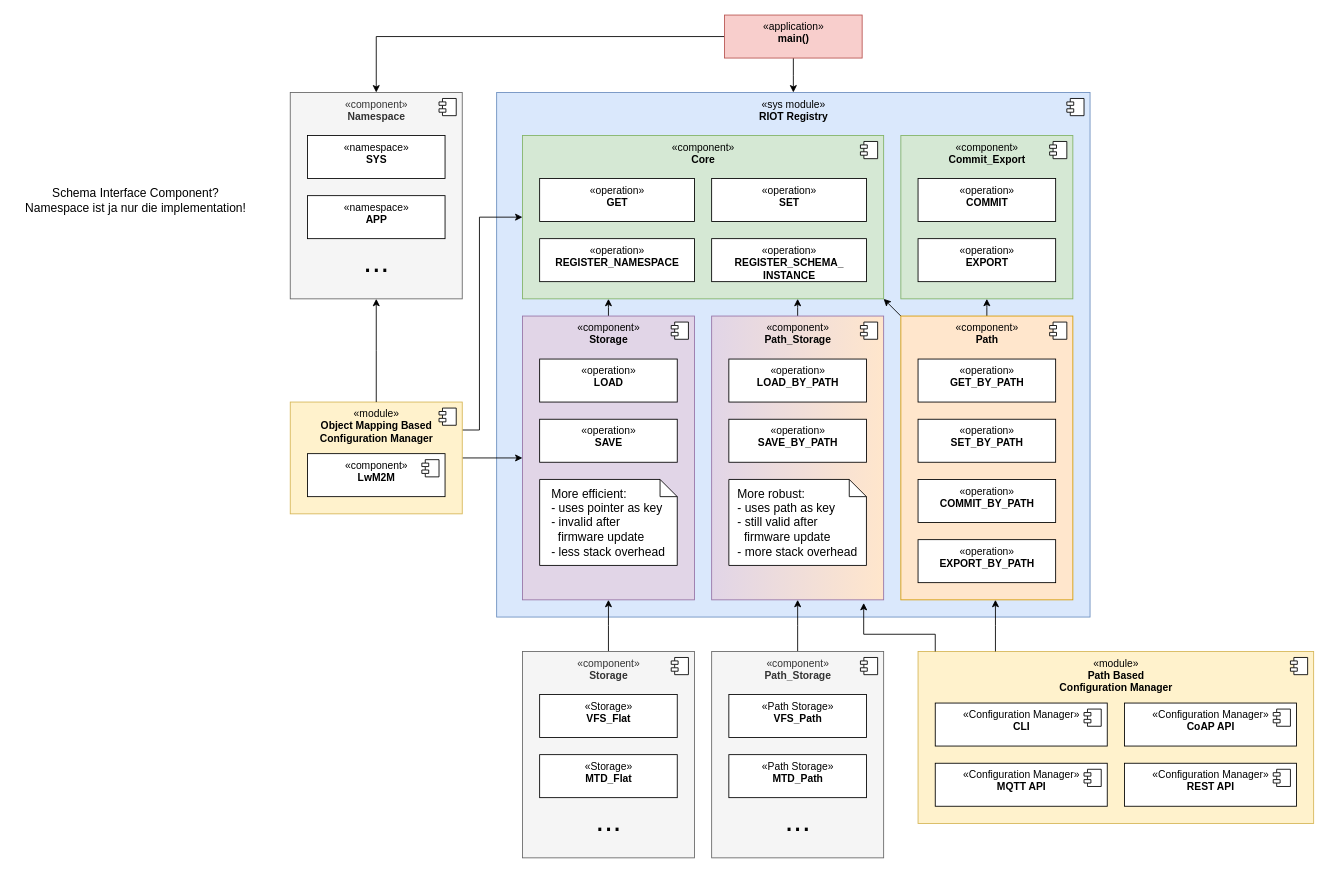
LasseRosenow/RIOT keeps this draw.io diagram as docs/design/registry.drawio. Above is the earlier version. Source tidied: cells renumbered, new cells numbered last; positions are measured from the earlier drawing's top-left corner, leaving out a move shared by most shapes. Both pictures are drawn from the tidied source at 86%, with x=0, y=0 at pixel (15, 15).
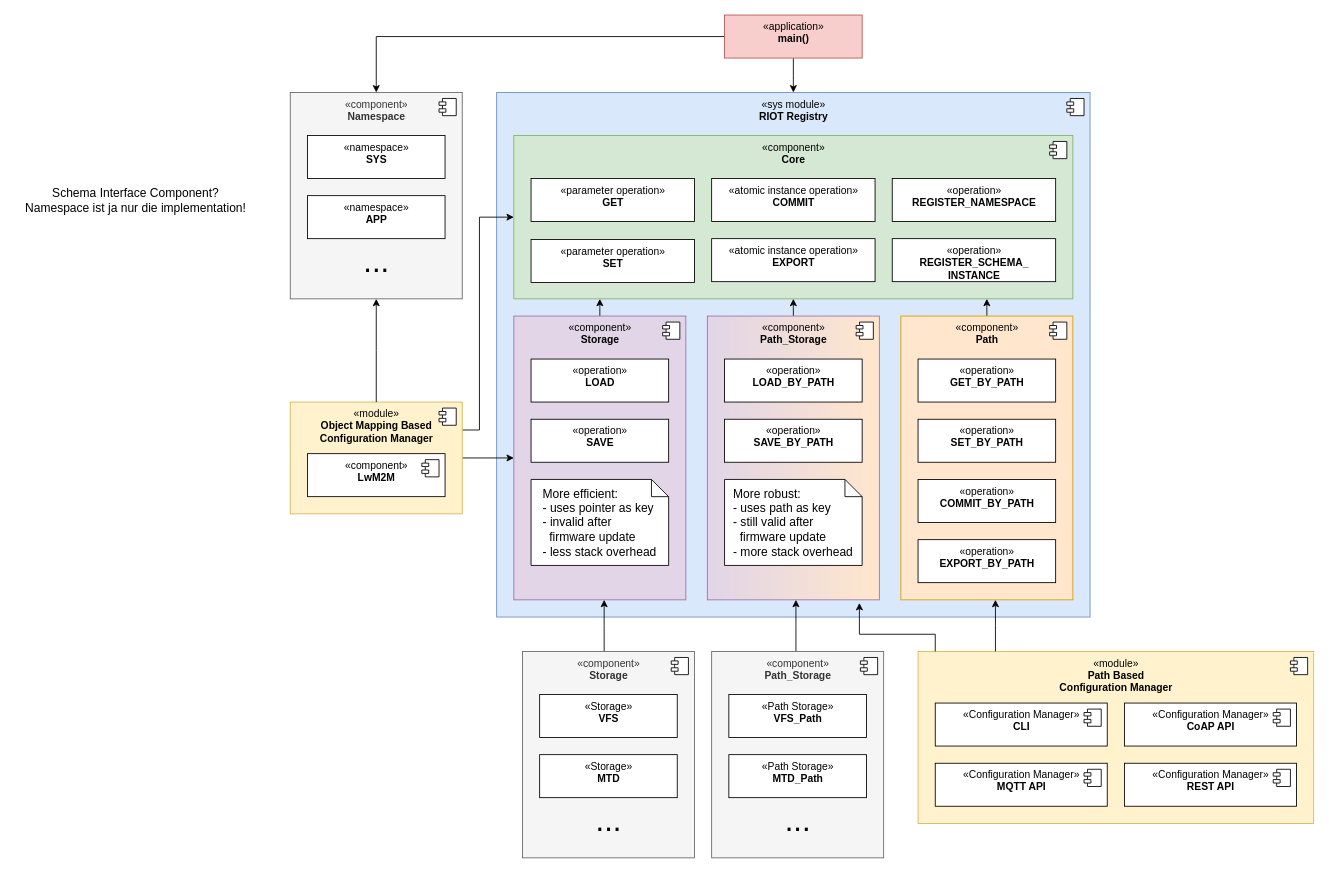
After the change.

The change refers to these unchanged cells:
```xml
<mxCell id="15" value="«component»&lt;br&gt;&lt;b&gt;Path&lt;/b&gt;" style="html=1;verticalAlign=top;fillColor=#ffe6cc;strokeColor=#d79b00;" parent="1" vertex="1">
  <mxGeometry x="1030" y="350" width="200" height="330" as="geometry" />
</mxCell>
```

Change to the diagram source:
```diff
@@
-    <mxCell id="4" value="«component»&lt;br&gt;&lt;b&gt;Commit_Export&lt;/b&gt;" style="html=1;verticalAlign=top;fillColor=#d5e8d4;strokeColor=#82b366;" parent="1" vertex="1">
-      <mxGeometry x="1030" y="140" width="200" height="190" as="geometry" />
-    </mxCell>
-    <mxCell id="5" style="shape=module;jettyWidth=8;jettyHeight=4;" parent="4" vertex="1">
-      <mxGeometry x="1" width="20" height="20" relative="1" as="geometry">
-        <mxPoint x="-27" y="7" as="offset" />
-      </mxGeometry>
-    </mxCell>
@@
     <mxCell id="7" value="«component»&lt;br&gt;&lt;b&gt;Storage&lt;/b&gt;" style="html=1;verticalAlign=top;fillColor=#e1d5e7;strokeColor=#9673a6;" parent="1" vertex="1">
-      <mxGeometry x="590" y="350" width="200" height="330" as="geometry" />
+      <mxGeometry x="580" y="350" width="200" height="330" as="geometry" />
     </mxCell>
@@
     <mxCell id="11" value="«component»&lt;br&gt;&lt;b&gt;Core&lt;/b&gt;" style="html=1;verticalAlign=top;fillColor=#d5e8d4;strokeColor=#82b366;" parent="1" vertex="1">
-      <mxGeometry x="590" y="140" width="420" height="190" as="geometry" />
+      <mxGeometry x="580" y="140" width="650" height="190" as="geometry" />
     </mxCell>
@@
-    <mxCell id="13" style="html=1;fontSize=36;rounded=0;exitX=0;exitY=0;exitDx=0;exitDy=0;entryX=1;entryY=1;entryDx=0;entryDy=0;" parent="1" edge="1" source="15" target="11">
-      <mxGeometry relative="1" as="geometry" />
-    </mxCell>
-    <mxCell id="14" style="edgeStyle=elbowEdgeStyle;rounded=0;html=1;fontSize=14;" parent="1" edge="1" source="15" target="4">
+    <mxCell id="14" style="edgeStyle=elbowEdgeStyle;rounded=0;html=1;fontSize=14;" parent="1" edge="1" source="15" target="11">
       <mxGeometry relative="1" as="geometry" />
     </mxCell>
@@
     <mxCell id="18" value="«component»&lt;br&gt;&lt;b&gt;Path_Storage&lt;/b&gt;" style="html=1;verticalAlign=top;fillColor=#e1d5e7;strokeColor=#9673a6;fillStyle=auto;gradientColor=#FFE6CC;gradientDirection=east;" parent="1" vertex="1">
-      <mxGeometry x="810" y="350" width="200" height="330" as="geometry" />
+      <mxGeometry x="805" y="350" width="200" height="330" as="geometry" />
     </mxCell>
@@
-    <mxCell id="28" value="«operation»&lt;br&gt;&lt;b&gt;GET&lt;/b&gt;" style="html=1;verticalAlign=top;" parent="1" vertex="1">
-      <mxGeometry x="610" y="190" width="180" height="50" as="geometry" />
+    <mxCell id="28" value="«parameter operation»&lt;br&gt;&lt;b&gt;GET&lt;/b&gt;" style="html=1;verticalAlign=top;" parent="1" vertex="1">
+      <mxGeometry x="600" y="190" width="190" height="50" as="geometry" />
     </mxCell>
-    <mxCell id="29" value="«operation»&lt;br&gt;&lt;b&gt;SET&lt;/b&gt;" style="html=1;verticalAlign=top;" parent="1" vertex="1">
-      <mxGeometry x="810" y="190" width="180" height="50" as="geometry" />
+    <mxCell id="29" value="«parameter operation»&lt;br&gt;&lt;b&gt;SET&lt;/b&gt;" style="html=1;verticalAlign=top;" parent="1" vertex="1">
+      <mxGeometry x="600" y="261" width="190" height="50" as="geometry" />
     </mxCell>
     <mxCell id="30" value="«operation»&lt;br&gt;&lt;b&gt;REGISTER_NAMESPACE&lt;/b&gt;" style="html=1;verticalAlign=top;" parent="1" vertex="1">
-      <mxGeometry x="610" y="260" width="180" height="50" as="geometry" />
+      <mxGeometry x="1020" y="190" width="190" height="50" as="geometry" />
     </mxCell>
     <mxCell id="31" value="«operation»&lt;br style=&quot;border-color: var(--border-color);&quot;&gt;&lt;b style=&quot;border-color: var(--border-color);&quot;&gt;REGISTER_SCHEMA_&lt;br&gt;INSTANCE&lt;/b&gt;" style="html=1;verticalAlign=top;" parent="1" vertex="1">
-      <mxGeometry x="810" y="260" width="180" height="50" as="geometry" />
+      <mxGeometry x="1020" y="260" width="190" height="50" as="geometry" />
     </mxCell>
@@
     <mxCell id="36" value="«operation»&lt;br&gt;&lt;b&gt;LOAD_BY_PATH&lt;/b&gt;" style="html=1;verticalAlign=top;" parent="1" vertex="1">
-      <mxGeometry x="830" y="400" width="160" height="50" as="geometry" />
+      <mxGeometry x="825" y="400" width="160" height="50" as="geometry" />
     </mxCell>
     <mxCell id="37" value="«operation»&lt;br&gt;&lt;b&gt;SAVE_BY_PATH&lt;/b&gt;" style="html=1;verticalAlign=top;" parent="1" vertex="1">
-      <mxGeometry x="830" y="470" width="160" height="50" as="geometry" />
+      <mxGeometry x="825" y="470" width="160" height="50" as="geometry" />
     </mxCell>
@@
     <mxCell id="44" value="«operation»&lt;br&gt;&lt;b&gt;LOAD&lt;/b&gt;" style="html=1;verticalAlign=top;" parent="1" vertex="1">
-      <mxGeometry x="610" y="400" width="160" height="50" as="geometry" />
+      <mxGeometry x="600" y="400" width="160" height="50" as="geometry" />
     </mxCell>
     <mxCell id="45" value="«operation»&lt;br&gt;&lt;b&gt;SAVE&lt;/b&gt;" style="html=1;verticalAlign=top;" parent="1" vertex="1">
-      <mxGeometry x="610" y="470" width="160" height="50" as="geometry" />
+      <mxGeometry x="600" y="470" width="160" height="50" as="geometry" />
     </mxCell>
@@
-    <mxCell id="56" value="«Storage»&lt;br&gt;&lt;b&gt;VFS_Flat&lt;/b&gt;" style="html=1;verticalAlign=top;" parent="1" vertex="1">
+    <mxCell id="56" value="«Storage»&lt;br&gt;&lt;b&gt;VFS&lt;/b&gt;" style="html=1;verticalAlign=top;" parent="1" vertex="1">
       <mxGeometry x="610" y="790" width="160" height="50" as="geometry" />
     </mxCell>
@@
-    <mxCell id="63" value="«Storage»&lt;br&gt;&lt;b&gt;MTD_Flat&lt;/b&gt;" style="html=1;verticalAlign=top;" parent="1" vertex="1">
+    <mxCell id="63" value="«Storage»&lt;br&gt;&lt;b&gt;MTD&lt;/b&gt;" style="html=1;verticalAlign=top;" parent="1" vertex="1">
       <mxGeometry x="610" y="860" width="160" height="50" as="geometry" />
     </mxCell>
@@
-    <mxCell id="65" value="«operation»&lt;br&gt;&lt;b&gt;COMMIT&lt;/b&gt;" style="html=1;verticalAlign=top;" parent="1" vertex="1">
-      <mxGeometry x="1050" y="190" width="160" height="50" as="geometry" />
+    <mxCell id="65" value="«atomic instance operation»&lt;br&gt;&lt;b&gt;COMMIT&lt;/b&gt;" style="html=1;verticalAlign=top;" parent="1" vertex="1">
+      <mxGeometry x="810" y="190" width="190" height="50" as="geometry" />
     </mxCell>
-    <mxCell id="66" value="«operation»&lt;br&gt;&lt;b&gt;EXPORT&lt;/b&gt;" style="html=1;verticalAlign=top;" parent="1" vertex="1">
-      <mxGeometry x="1050" y="260" width="160" height="50" as="geometry" />
+    <mxCell id="66" value="«atomic instance operation»&lt;br&gt;&lt;b&gt;EXPORT&lt;/b&gt;" style="html=1;verticalAlign=top;" parent="1" vertex="1">
+      <mxGeometry x="810" y="260" width="190" height="50" as="geometry" />
     </mxCell>
     <mxCell id="67" value="&lt;div style=&quot;text-align: left; font-size: 14px;&quot;&gt;&lt;span style=&quot;background-color: initial;&quot;&gt;&lt;font style=&quot;font-size: 14px;&quot;&gt;More efficient:&lt;/font&gt;&lt;/span&gt;&lt;/div&gt;&lt;div style=&quot;text-align: left; font-size: 14px;&quot;&gt;&lt;span style=&quot;background-color: initial;&quot;&gt;&lt;font style=&quot;font-size: 14px;&quot;&gt;- uses pointer as key&lt;/font&gt;&lt;/span&gt;&lt;/div&gt;&lt;div style=&quot;text-align: left; font-size: 14px;&quot;&gt;&lt;span style=&quot;background-color: initial;&quot;&gt;&lt;font style=&quot;font-size: 14px;&quot;&gt;- invalid after&amp;nbsp;&lt;/font&gt;&lt;/span&gt;&lt;/div&gt;&lt;div style=&quot;text-align: left; font-size: 14px;&quot;&gt;&lt;span style=&quot;background-color: initial;&quot;&gt;&lt;font style=&quot;font-size: 14px;&quot;&gt;&amp;nbsp; firmware update&lt;/font&gt;&lt;/span&gt;&lt;/div&gt;&lt;div style=&quot;text-align: left; font-size: 14px;&quot;&gt;&lt;span style=&quot;background-color: initial;&quot;&gt;&lt;font style=&quot;font-size: 14px;&quot;&gt;- less stack overhead&lt;/font&gt;&lt;/span&gt;&lt;/div&gt;" style="shape=note;size=20;whiteSpace=wrap;html=1;rounded=1;fillStyle=auto;fontSize=36;gradientDirection=east;" parent="1" vertex="1">
-      <mxGeometry x="610" y="540" width="160" height="100" as="geometry" />
+      <mxGeometry x="600" y="540" width="160" height="100" as="geometry" />
     </mxCell>
     <mxCell id="68" value="&lt;div style=&quot;text-align: left; font-size: 14px;&quot;&gt;&lt;span style=&quot;background-color: initial;&quot;&gt;&lt;font style=&quot;font-size: 14px;&quot;&gt;More robust:&lt;/font&gt;&lt;/span&gt;&lt;/div&gt;&lt;div style=&quot;text-align: left; font-size: 14px;&quot;&gt;&lt;span style=&quot;background-color: initial;&quot;&gt;&lt;font style=&quot;font-size: 14px;&quot;&gt;- uses path as key&lt;/font&gt;&lt;/span&gt;&lt;/div&gt;&lt;div style=&quot;text-align: left; font-size: 14px;&quot;&gt;&lt;span style=&quot;background-color: initial;&quot;&gt;&lt;font style=&quot;font-size: 14px;&quot;&gt;- still valid after &lt;br&gt;&amp;nbsp; firmware&amp;nbsp;&lt;/font&gt;&lt;/span&gt;&lt;span style=&quot;background-color: initial;&quot;&gt;update&lt;/span&gt;&lt;/div&gt;&lt;div style=&quot;text-align: left; font-size: 14px;&quot;&gt;&lt;span style=&quot;background-color: initial;&quot;&gt;- more stack overhead&lt;/span&gt;&lt;/div&gt;" style="shape=note;size=20;whiteSpace=wrap;html=1;rounded=1;fillStyle=auto;fontSize=36;gradientDirection=east;" parent="1" vertex="1">
-      <mxGeometry x="830" y="540" width="160" height="100" as="geometry" />
+      <mxGeometry x="825" y="540" width="160" height="100" as="geometry" />
     </mxCell>
```
